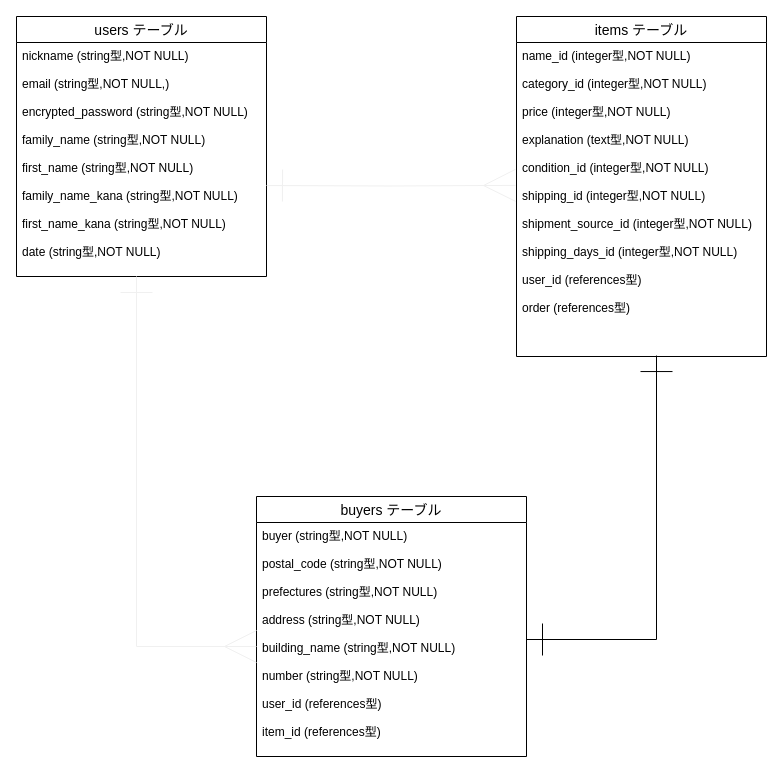
tbs1117/furima-36412 keeps this draw.io diagram as test.dio. Above is the earlier version. Source tidied: cells renumbered, new cells numbered last; positions are measured from the earlier drawing's top-left corner, leaving out a move shared by most shapes. Both pictures are drawn from the tidied source at 100%, with x=0, y=0 at pixel (16, 16).
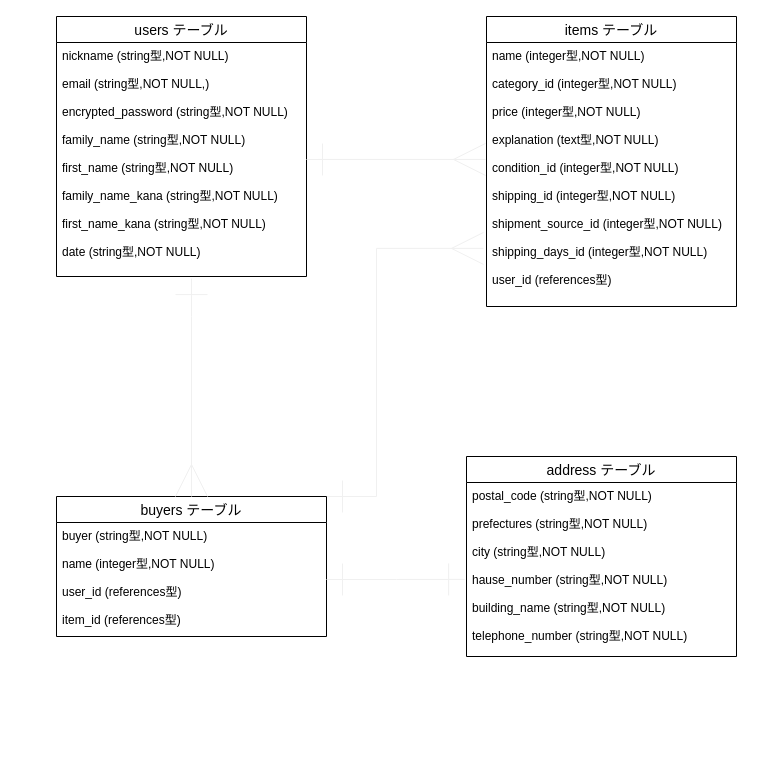
Above is the later version.

Commit message (it also covers changes not shown here):
データベースの修正②

The edit, as a diff of the source:
```diff
@@
 <mxGraphModel>
   <root>
     <mxCell id="0" />
     <mxCell id="1" parent="0" />
     <mxCell id="2" value="users テーブル" style="swimlane;fontStyle=0;horizontal=1;startSize=26;align=center;fontSize=14;" parent="1" vertex="1">
-      <mxGeometry width="250" height="260" as="geometry" />
+      <mxGeometry x="40" width="250" height="260" as="geometry" />
     </mxCell>
     <mxCell id="3" value="nickname (string型,NOT NULL)&#10;&#10;email (string型,NOT NULL,)&#10;&#10;encrypted_password (string型,NOT NULL)&#10;&#10;family_name (string型,NOT NULL)&#10;&#10;first_name (string型,NOT NULL)&#10;&#10;family_name_kana (string型,NOT NULL)&#10;&#10;first_name_kana (string型,NOT NULL)&#10;&#10;date (string型,NOT NULL)" style="text;strokeColor=none;fillColor=none;spacingLeft=4;spacingRight=4;overflow=hidden;points=[[0,0.5],[1,0.5]];portConstraint=eastwest;fontSize=12;" parent="2" vertex="1">
       <mxGeometry y="26" width="250" height="234" as="geometry" />
     </mxCell>
     <mxCell id="4" value="items テーブル" style="swimlane;fontStyle=0;horizontal=1;startSize=26;align=center;fontSize=14;" parent="1" vertex="1">
-      <mxGeometry x="500" width="250" height="340" as="geometry" />
+      <mxGeometry x="470" width="250" height="290" as="geometry" />
     </mxCell>
-    <mxCell id="5" value="name_id (integer型,NOT NULL)&#10;&#10;category_id (integer型,NOT NULL)&#10;&#10;price (integer型,NOT NULL)&#10;&#10;explanation (text型,NOT NULL)&#10;&#10;condition_id (integer型,NOT NULL)&#10;&#10;shipping_id (integer型,NOT NULL)&#10;&#10;shipment_source_id (integer型,NOT NULL)&#10;&#10;shipping_days_id (integer型,NOT NULL)&#10;&#10;user_id (references型)&#10;&#10;order (references型)" style="text;strokeColor=none;fillColor=none;spacingLeft=4;spacingRight=4;overflow=hidden;points=[[0,0.5],[1,0.5]];portConstraint=eastwest;fontSize=12;" parent="4" vertex="1">
-      <mxGeometry y="26" width="250" height="314" as="geometry" />
+    <mxCell id="5" value="name (integer型,NOT NULL)&#10;&#10;category_id (integer型,NOT NULL)&#10;&#10;price (integer型,NOT NULL)&#10;&#10;explanation (text型,NOT NULL)&#10;&#10;condition_id (integer型,NOT NULL)&#10;&#10;shipping_id (integer型,NOT NULL)&#10;&#10;shipment_source_id (integer型,NOT NULL)&#10;&#10;shipping_days_id (integer型,NOT NULL)&#10;&#10;user_id (references型)" style="text;strokeColor=none;fillColor=none;spacingLeft=4;spacingRight=4;overflow=hidden;points=[[0,0.5],[1,0.5]];portConstraint=eastwest;fontSize=12;" parent="4" vertex="1">
+      <mxGeometry y="26" width="250" height="264" as="geometry" />
     </mxCell>
+    <mxCell id="11" style="edgeStyle=orthogonalEdgeStyle;rounded=0;jumpSize=16;jettySize=auto;html=1;exitX=1;exitY=0;exitDx=0;exitDy=0;startArrow=ERone;startFill=0;endArrow=ERmany;endFill=0;startSize=30;endSize=30;sourcePerimeterSpacing=0;targetPerimeterSpacing=0;strokeColor=#F0F0F0;strokeWidth=1;entryX=-0.012;entryY=0.78;entryDx=0;entryDy=0;entryPerimeter=0;" parent="1" edge="1" source="6" target="5">
+      <mxGeometry relative="1" as="geometry">
+        <Array as="points">
+          <mxPoint x="360" y="480" />
+          <mxPoint x="360" y="232" />
+        </Array>
+      </mxGeometry>
+    </mxCell>
     <mxCell id="6" value="buyers テーブル" style="swimlane;fontStyle=0;horizontal=1;startSize=26;align=center;fontSize=14;" parent="1" vertex="1">
-      <mxGeometry x="240" y="480" width="270" height="260" as="geometry" />
+      <mxGeometry x="40" y="480" width="270" height="140" as="geometry" />
     </mxCell>
-    <mxCell id="7" value="buyer (string型,NOT NULL)&#10;&#10;postal_code (string型,NOT NULL)&#10;&#10;prefectures (string型,NOT NULL)&#10;&#10;address (string型,NOT NULL)&#10;&#10;building_name (string型,NOT NULL)&#10;&#10;number (string型,NOT NULL)&#10;&#10;user_id (references型)&#10;&#10;item_id (references型)&#10;&#10;" style="text;strokeColor=none;fillColor=none;spacingLeft=4;spacingRight=4;overflow=hidden;points=[[0,0.5],[1,0.5]];portConstraint=eastwest;fontSize=12;" parent="6" vertex="1">
-      <mxGeometry y="26" width="270" height="234" as="geometry" />
+    <mxCell id="7" value="buyer (string型,NOT NULL)&#10;&#10;name (integer型,NOT NULL)&#10;&#10;user_id (references型)&#10;&#10;item_id (references型)&#10;&#10;" style="text;strokeColor=none;fillColor=none;spacingLeft=4;spacingRight=4;overflow=hidden;points=[[0,0.5],[1,0.5]];portConstraint=eastwest;fontSize=12;" parent="6" vertex="1">
+      <mxGeometry y="26" width="270" height="114" as="geometry" />
     </mxCell>
-    <mxCell id="8" style="edgeStyle=orthogonalEdgeStyle;rounded=0;jettySize=auto;html=1;entryX=-0.004;entryY=0.455;entryDx=0;entryDy=0;entryPerimeter=0;endArrow=ERmany;endFill=0;strokeWidth=1;strokeColor=#F0F0F0;endSize=30;startArrow=ERone;startFill=0;startSize=30;" parent="1" edge="1" target="5">
-      <mxGeometry relative="1" as="geometry">
-        <mxPoint x="250" y="169" as="sourcePoint" />
-      </mxGeometry>
-    </mxCell>
-    <mxCell id="9" style="rounded=0;jettySize=auto;html=1;exitX=1;exitY=0.5;exitDx=0;exitDy=0;endArrow=ERone;endFill=0;entryX=0.56;entryY=0.997;entryDx=0;entryDy=0;entryPerimeter=0;jumpSize=16;endSize=30;startSize=30;edgeStyle=orthogonalEdgeStyle;startArrow=ERone;startFill=0;" parent="1" edge="1" source="7" target="5">
-      <mxGeometry relative="1" as="geometry" />
-    </mxCell>
-    <mxCell id="10" style="edgeStyle=orthogonalEdgeStyle;rounded=0;jumpSize=16;jettySize=auto;html=1;endArrow=ERmany;endFill=0;startSize=30;endSize=30;strokeColor=#F0F0F0;strokeWidth=1;targetPerimeterSpacing=0;sourcePerimeterSpacing=0;startArrow=ERone;startFill=0;" parent="1" edge="1" source="3">
-      <mxGeometry relative="1" as="geometry">
-        <mxPoint x="240" y="630" as="targetPoint" />
-        <Array as="points">
-          <mxPoint x="120" y="630" />
-        </Array>
-      </mxGeometry>
-    </mxCell>
+    <mxCell id="12" value="address テーブル" style="swimlane;fontStyle=0;horizontal=1;startSize=26;align=center;fontSize=14;" parent="1" vertex="1">
+      <mxGeometry x="450" y="440" width="270" height="200" as="geometry" />
+    </mxCell>
+    <mxCell id="13" value="postal_code (string型,NOT NULL)&#10;&#10;prefectures (string型,NOT NULL)&#10;&#10;city (string型,NOT NULL)&#10;&#10;hause_number (string型,NOT NULL)&#10;&#10;building_name (string型,NOT NULL)&#10;&#10;telephone_number (string型,NOT NULL)" style="text;strokeColor=none;fillColor=none;spacingLeft=4;spacingRight=4;overflow=hidden;points=[[0,0.5],[1,0.5]];portConstraint=eastwest;fontSize=12;" parent="12" vertex="1">
+      <mxGeometry y="26" width="270" height="174" as="geometry" />
+    </mxCell>
+    <mxCell id="14" style="edgeStyle=orthogonalEdgeStyle;rounded=0;jumpSize=16;jettySize=auto;html=1;exitX=1;exitY=0.5;exitDx=0;exitDy=0;entryX=-0.004;entryY=0.443;entryDx=0;entryDy=0;entryPerimeter=0;startArrow=ERone;startFill=0;endArrow=ERmany;endFill=0;startSize=30;endSize=30;sourcePerimeterSpacing=0;targetPerimeterSpacing=0;strokeColor=#F0F0F0;strokeWidth=1;" parent="1" edge="1" source="3" target="5">
+      <mxGeometry relative="1" as="geometry" />
+    </mxCell>
+    <mxCell id="15" style="edgeStyle=orthogonalEdgeStyle;rounded=0;jumpSize=16;jettySize=auto;html=1;entryX=0.5;entryY=0;entryDx=0;entryDy=0;startArrow=ERone;startFill=0;endArrow=ERmany;endFill=0;startSize=30;endSize=30;sourcePerimeterSpacing=0;targetPerimeterSpacing=0;strokeColor=#F0F0F0;strokeWidth=1;exitX=0.54;exitY=1.009;exitDx=0;exitDy=0;exitPerimeter=0;" parent="1" edge="1" source="3" target="6">
+      <mxGeometry relative="1" as="geometry">
+        <Array as="points">
+          <mxPoint x="175" y="300" />
+          <mxPoint x="175" y="300" />
+        </Array>
+      </mxGeometry>
+    </mxCell>
+    <mxCell id="16" style="edgeStyle=orthogonalEdgeStyle;rounded=0;jumpSize=16;jettySize=auto;html=1;exitX=1;exitY=0.5;exitDx=0;exitDy=0;entryX=-0.007;entryY=0.557;entryDx=0;entryDy=0;entryPerimeter=0;startArrow=ERone;startFill=0;endArrow=ERone;endFill=0;startSize=30;endSize=30;sourcePerimeterSpacing=0;targetPerimeterSpacing=0;strokeColor=#F0F0F0;strokeWidth=1;" parent="1" edge="1" source="7" target="13">
+      <mxGeometry relative="1" as="geometry" />
+    </mxCell>
   </root>
 </mxGraphModel>
```
